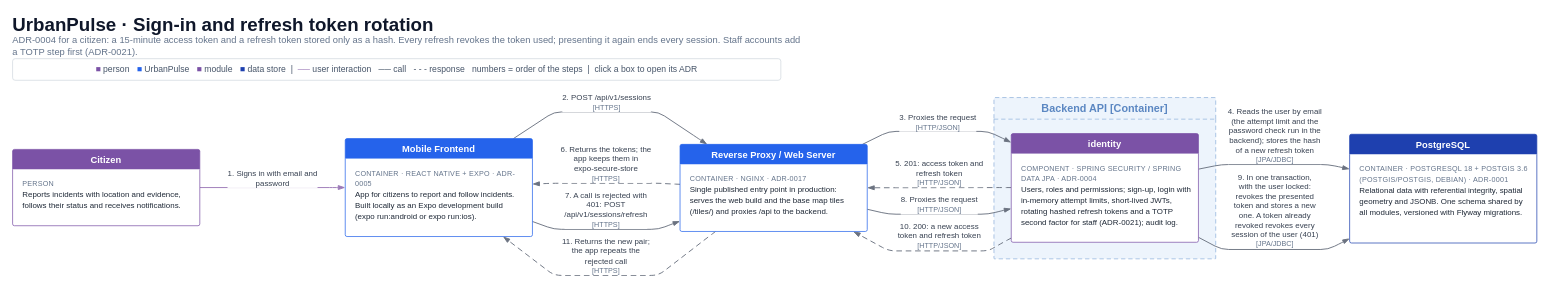
Earlier version of the draw.io diagram page "9 · Sign-in and refresh token rotation" (9 of 10) of docs/architecture/UrbanPulse-C4.drawio (Dalibex/urban-incidence-manager). Source tidied: cells renumbered, new cells numbered last; positions are measured from the earlier drawing's top-left corner, leaving out a move shared by most shapes. Both pictures are drawn from the tidied source at 72%, with x=0, y=0 at pixel (12, 12).
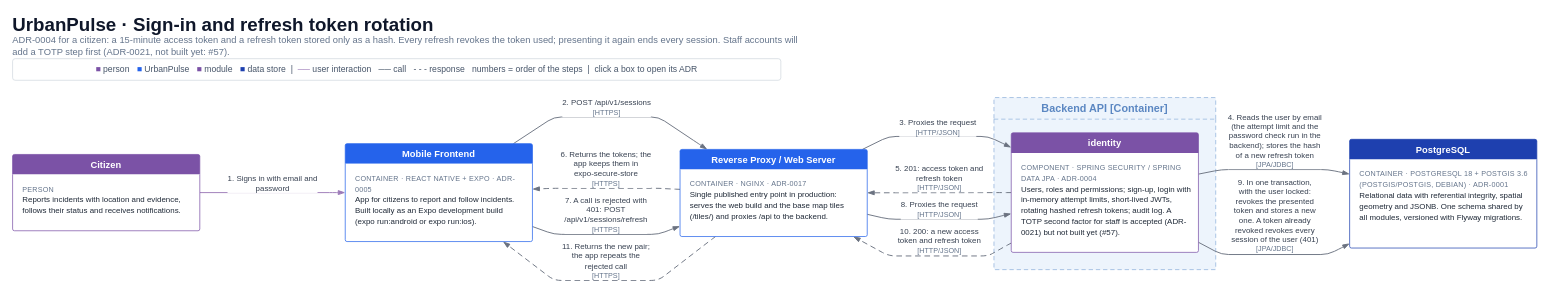
After the change.

Commit message (it also covers changes not shown here):
docs: present the staff second factor as accepted but not built yet

Change to the diagram source:
```diff
@@
-    <mxCell id="3" value="ADR-0004 for a citizen: a 15-minute access token and a refresh token stored only as a hash. Every refresh revokes the token used; presenting it again ends every session. Staff accounts add a TOTP step first (ADR-0021)." style="text;html=1;whiteSpace=wrap;align=left;verticalAlign=middle;fontFamily=Helvetica;fontSize=13;fontColor=#64748B;spacing=0;" parent="1" vertex="1">
+    <mxCell id="3" value="ADR-0004 for a citizen: a 15-minute access token and a refresh token stored only as a hash. Every refresh revokes the token used; presenting it again ends every session. Staff accounts will add a TOTP step first (ADR-0021, not built yet: #57)." style="text;html=1;whiteSpace=wrap;align=left;verticalAlign=middle;fontFamily=Helvetica;fontSize=13;fontColor=#64748B;spacing=0;" parent="1" vertex="1">
       <mxGeometry y="36" width="1100" height="20" as="geometry" />
     </mxCell>
@@
     <mxCell id="5" value="Backend API  [Container]" style="swimlane;html=1;whiteSpace=wrap;rounded=1;arcSize=1;dashed=1;dashPattern=6 4;startSize=30;fillColor=#EDF4FC;swimlaneFillColor=#EDF4FC;strokeColor=#8DB0DB;fontColor=#5B87C2;fontFamily=Helvetica;fontSize=15;fontStyle=1;" parent="1" vertex="1">
-      <mxGeometry x="1363" y="118" width="308" height="224" as="geometry" />
+      <mxGeometry x="1363" y="118" width="308" height="239" as="geometry" />
     </mxCell>
     <mxCell id="6" value="1. Signs in with email and&lt;br&gt;password" style="edgeStyle=none;rounded=1;arcSize=20;html=1;strokeColor=#9C7AB8;strokeWidth=1.3;endArrow=blockThin;endFill=1;endSize=7;fontFamily=Helvetica;fontSize=11;fontColor=#374151;labelBackgroundColor=#FFFFFF;spacing=2;" parent="1" edge="1" source="17" target="19">
       <mxGeometry relative="1" as="geometry">
         <Array as="points">
-          <mxPoint x="450" y="243" />
+          <mxPoint x="450" y="250" />
         </Array>
         <mxPoint y="-13" as="offset" />
       </mxGeometry>
     </mxCell>
     <mxCell id="7" value="2. POST /api/v1/sessions&lt;br&gt;&lt;font style=&quot;font-size:10px&quot; color=&quot;#64748B&quot;&gt;[HTTPS]&lt;/font&gt;" style="edgeStyle=none;rounded=1;arcSize=20;html=1;strokeColor=#6b7280;strokeWidth=1.3;endArrow=blockThin;endFill=1;endSize=7;fontFamily=Helvetica;fontSize=11;fontColor=#374151;labelBackgroundColor=#FFFFFF;spacing=2;" parent="1" edge="1" source="19" target="25">
       <mxGeometry relative="1" as="geometry">
         <Array as="points">
-          <mxPoint x="752" y="138" />
-          <mxPoint x="897" y="138" />
-          <mxPoint x="954" y="176" />
+          <mxPoint x="752" y="145" />
+          <mxPoint x="897" y="145" />
+          <mxPoint x="954" y="183" />
         </Array>
         <mxPoint x="-7" y="-13" as="offset" />
       </mxGeometry>
     </mxCell>
     <mxCell id="8" value="3. Proxies the request&lt;br&gt;&lt;font style=&quot;font-size:10px&quot; color=&quot;#64748B&quot;&gt;[HTTP/JSON]&lt;/font&gt;" style="edgeStyle=none;rounded=1;arcSize=20;html=1;strokeColor=#6b7280;strokeWidth=1.3;endArrow=blockThin;endFill=1;endSize=7;fontFamily=Helvetica;fontSize=11;fontColor=#374151;labelBackgroundColor=#FFFFFF;spacing=2;" parent="1" edge="1" source="25" target="21">
       <mxGeometry relative="1" as="geometry">
         <Array as="points">
-          <mxPoint x="1217" y="165" />
-          <mxPoint x="1355" y="165" />
-          <mxPoint x="1376" y="175" />
+          <mxPoint x="1217" y="172" />
+          <mxPoint x="1355" y="172" />
+          <mxPoint x="1376" y="182" />
         </Array>
         <mxPoint x="2" y="-13" as="offset" />
       </mxGeometry>
     </mxCell>
     <mxCell id="9" value="4. Reads the user by email&lt;br&gt;(the attempt limit and the&lt;br&gt;password check run in the&lt;br&gt;backend); stores the hash&lt;br&gt;of a new refresh token&lt;br&gt;&lt;font style=&quot;font-size:10px&quot; color=&quot;#64748B&quot;&gt;[JPA/JDBC]&lt;/font&gt;" style="edgeStyle=none;rounded=1;arcSize=20;html=1;strokeColor=#6b7280;strokeWidth=1.3;endArrow=blockThin;endFill=1;endSize=7;fontFamily=Helvetica;fontSize=11;fontColor=#374151;labelBackgroundColor=#FFFFFF;spacing=2;" parent="1" edge="1" source="21" target="23">
       <mxGeometry relative="1" as="geometry">
         <Array as="points">
-          <mxPoint x="1679" y="211" />
-          <mxPoint x="1827" y="211" />
-          <mxPoint x="1846" y="215" />
+          <mxPoint x="1679" y="218" />
+          <mxPoint x="1827" y="218" />
+          <mxPoint x="1846" y="222" />
         </Array>
         <mxPoint x="1" y="-40" as="offset" />
       </mxGeometry>
     </mxCell>
     <mxCell id="10" value="5. 201: access token and&lt;br&gt;refresh token&lt;br&gt;&lt;font style=&quot;font-size:10px&quot; color=&quot;#64748B&quot;&gt;[HTTP/JSON]&lt;/font&gt;" style="edgeStyle=none;rounded=1;arcSize=20;html=1;strokeColor=#6b7280;strokeWidth=1.3;endArrow=blockThin;endFill=1;endSize=7;dashed=1;dashPattern=6 4;fontFamily=Helvetica;fontSize=11;fontColor=#374151;labelBackgroundColor=#FFFFFF;spacing=2;" parent="1" edge="1" source="21" target="25">
       <mxGeometry relative="1" as="geometry">
         <Array as="points">
-          <mxPoint x="1375" y="243" />
+          <mxPoint x="1375" y="250" />
         </Array>
         <mxPoint y="-20" as="offset" />
       </mxGeometry>
     </mxCell>
     <mxCell id="11" value="6. Returns the tokens; the&lt;br&gt;app keeps them in&lt;br&gt;expo-secure-store&lt;br&gt;&lt;font style=&quot;font-size:10px&quot; color=&quot;#64748B&quot;&gt;[HTTPS]&lt;/font&gt;" style="edgeStyle=none;rounded=1;arcSize=20;html=1;strokeColor=#6b7280;strokeWidth=1.3;endArrow=blockThin;endFill=1;endSize=7;dashed=1;dashPattern=6 4;fontFamily=Helvetica;fontSize=11;fontColor=#374151;labelBackgroundColor=#FFFFFF;spacing=2;" parent="1" edge="1" source="25" target="19">
       <mxGeometry relative="1" as="geometry">
         <Array as="points">
-          <mxPoint x="915" y="238" />
-          <mxPoint x="897" y="237" />
-          <mxPoint x="752" y="237" />
+          <mxPoint x="915" y="245" />
+          <mxPoint x="897" y="244" />
+          <mxPoint x="752" y="244" />
         </Array>
         <mxPoint y="-27" as="offset" />
       </mxGeometry>
     </mxCell>
     <mxCell id="12" value="7. A call is rejected with&lt;br&gt;401: POST&lt;br&gt;/api/v1/sessions/refresh&lt;br&gt;&lt;font style=&quot;font-size:10px&quot; color=&quot;#64748B&quot;&gt;[HTTPS]&lt;/font&gt;" style="edgeStyle=none;rounded=1;arcSize=20;html=1;strokeColor=#6b7280;strokeWidth=1.3;endArrow=blockThin;endFill=1;endSize=7;fontFamily=Helvetica;fontSize=11;fontColor=#374151;labelBackgroundColor=#FFFFFF;spacing=2;" parent="1" edge="1" source="19" target="25">
       <mxGeometry relative="1" as="geometry">
         <Array as="points">
-          <mxPoint x="752" y="301" />
-          <mxPoint x="897" y="301" />
-          <mxPoint x="915" y="294" />
+          <mxPoint x="752" y="308" />
+          <mxPoint x="897" y="308" />
+          <mxPoint x="915" y="301" />
         </Array>
         <mxPoint y="-27" as="offset" />
       </mxGeometry>
     </mxCell>
     <mxCell id="13" value="8. Proxies the request&lt;br&gt;&lt;font style=&quot;font-size:10px&quot; color=&quot;#64748B&quot;&gt;[HTTP/JSON]&lt;/font&gt;" style="edgeStyle=none;rounded=1;arcSize=20;html=1;strokeColor=#6b7280;strokeWidth=1.3;endArrow=blockThin;endFill=1;endSize=7;fontFamily=Helvetica;fontSize=11;fontColor=#374151;labelBackgroundColor=#FFFFFF;spacing=2;" parent="1" edge="1" source="25" target="21">
       <mxGeometry relative="1" as="geometry">
         <Array as="points">
-          <mxPoint x="1217" y="280" />
-          <mxPoint x="1355" y="280" />
-          <mxPoint x="1375" y="275" />
+          <mxPoint x="1217" y="287" />
+          <mxPoint x="1355" y="287" />
+          <mxPoint x="1375" y="282" />
         </Array>
         <mxPoint y="-13" as="offset" />
       </mxGeometry>
     </mxCell>
     <mxCell id="14" value="9. In one transaction,&lt;br&gt;with the user locked:&lt;br&gt;revokes the presented&lt;br&gt;token and stores a new&lt;br&gt;one. A token already&lt;br&gt;revoked revokes every&lt;br&gt;session of the user (401)&lt;br&gt;&lt;font style=&quot;font-size:10px&quot; color=&quot;#64748B&quot;&gt;[JPA/JDBC]&lt;/font&gt;" style="edgeStyle=none;rounded=1;arcSize=20;html=1;strokeColor=#6b7280;strokeWidth=1.3;endArrow=blockThin;endFill=1;endSize=7;fontFamily=Helvetica;fontSize=11;fontColor=#374151;labelBackgroundColor=#FFFFFF;spacing=2;" parent="1" edge="1" source="21" target="23">
       <mxGeometry relative="1" as="geometry">
         <Array as="points">
-          <mxPoint x="1679" y="329" />
-          <mxPoint x="1827" y="329" />
-          <mxPoint x="1847" y="319" />
+          <mxPoint x="1679" y="336" />
+          <mxPoint x="1827" y="336" />
+          <mxPoint x="1847" y="326" />
         </Array>
         <mxPoint x="1" y="-54" as="offset" />
       </mxGeometry>
     </mxCell>
     <mxCell id="15" value="10. 200: a new access&lt;br&gt;token and refresh token&lt;br&gt;&lt;font style=&quot;font-size:10px&quot; color=&quot;#64748B&quot;&gt;[HTTP/JSON]&lt;/font&gt;" style="edgeStyle=none;rounded=1;arcSize=20;html=1;strokeColor=#6b7280;strokeWidth=1.3;endArrow=blockThin;endFill=1;endSize=7;dashed=1;dashPattern=6 4;fontFamily=Helvetica;fontSize=11;fontColor=#374151;labelBackgroundColor=#FFFFFF;spacing=2;" parent="1" edge="1" source="21" target="25">
       <mxGeometry relative="1" as="geometry">
         <Array as="points">
-          <mxPoint x="1376" y="319" />
-          <mxPoint x="1355" y="331" />
-          <mxPoint x="1217" y="331" />
+          <mxPoint x="1376" y="326" />
+          <mxPoint x="1355" y="338" />
+          <mxPoint x="1217" y="338" />
         </Array>
         <mxPoint x="10" y="-21" as="offset" />
       </mxGeometry>
     </mxCell>
     <mxCell id="16" value="11. Returns the new pair;&lt;br&gt;the app repeats the&lt;br&gt;rejected call&lt;br&gt;&lt;font style=&quot;font-size:10px&quot; color=&quot;#64748B&quot;&gt;[HTTPS]&lt;/font&gt;" style="edgeStyle=none;rounded=1;arcSize=20;html=1;strokeColor=#6b7280;strokeWidth=1.3;endArrow=blockThin;endFill=1;endSize=7;dashed=1;dashPattern=6 4;fontFamily=Helvetica;fontSize=11;fontColor=#374151;labelBackgroundColor=#FFFFFF;spacing=2;" parent="1" edge="1" source="25" target="19">
       <mxGeometry relative="1" as="geometry">
         <Array as="points">
-          <mxPoint x="967" y="311" />
-          <mxPoint x="897" y="365" />
-          <mxPoint x="752" y="365" />
+          <mxPoint x="967" y="318" />
+          <mxPoint x="897" y="372" />
+          <mxPoint x="752" y="372" />
         </Array>
         <mxPoint x="-6" y="-27" as="offset" />
       </mxGeometry>
     </mxCell>
     <mxCell id="17" value="Citizen" style="swimlane;html=1;whiteSpace=wrap;rounded=1;arcSize=3;startSize=28;fillColor=#7b52a6;swimlaneFillColor=#FFFFFF;strokeColor=#7b52a6;fontColor=#ffffff;fontFamily=Helvetica;fontSize=13;fontStyle=1;swimlaneLine=0;" parent="1" vertex="1">
-      <mxGeometry y="190" width="260" height="106" as="geometry" />
+      <mxGeometry y="197" width="260" height="106" as="geometry" />
     </mxCell>
@@
     <mxCell id="19" value="Mobile Frontend" style="swimlane;html=1;whiteSpace=wrap;rounded=1;arcSize=3;startSize=28;fillColor=#2563eb;swimlaneFillColor=#FFFFFF;strokeColor=#2563eb;fontColor=#ffffff;fontFamily=Helvetica;fontSize=13;fontStyle=1;swimlaneLine=0;" parent="1" vertex="1">
-      <mxGeometry x="462" y="175" width="260" height="136" as="geometry" />
+      <mxGeometry x="462" y="182" width="260" height="136" as="geometry" />
     </mxCell>
@@
     <mxCell id="21" value="identity" style="swimlane;html=1;whiteSpace=wrap;rounded=1;arcSize=3;startSize=28;fillColor=#7b52a6;swimlaneFillColor=#FFFFFF;strokeColor=#7b52a6;fontColor=#ffffff;fontFamily=Helvetica;fontSize=13;fontStyle=1;swimlaneLine=0;" parent="1" vertex="1">
-      <mxGeometry x="1387" y="168" width="260" height="151" as="geometry" />
+      <mxGeometry x="1387" y="167" width="260" height="166" as="geometry" />
     </mxCell>
-    <mxCell id="22" value="&lt;div style=&quot;color:#64748B;font-size:10px;line-height:15px;letter-spacing:0.3px;&quot;&gt;COMPONENT · SPRING SECURITY / SPRING DATA JPA · ADR-0004&lt;/div&gt;&lt;div style=&quot;line-height:15px;&quot;&gt;Users, roles and permissions; sign-up, login with in-memory attempt limits, short-lived JWTs, rotating hashed refresh tokens and a TOTP second factor for staff (ADR-0021); audit log.&lt;/div&gt;" style="text;html=1;whiteSpace=wrap;align=left;verticalAlign=top;fontFamily=Helvetica;fontSize=11;fontColor=#1F2937;spacingLeft=12;spacingRight=10;spacingTop=6;" parent="21" vertex="1">
-      <mxGeometry y="28" width="260" height="123" as="geometry" />
+    <mxCell id="22" value="&lt;div style=&quot;color:#64748B;font-size:10px;line-height:15px;letter-spacing:0.3px;&quot;&gt;COMPONENT · SPRING SECURITY / SPRING DATA JPA · ADR-0004&lt;/div&gt;&lt;div style=&quot;line-height:15px;&quot;&gt;Users, roles and permissions; sign-up, login with in-memory attempt limits, short-lived JWTs, rotating hashed refresh tokens; audit log. A TOTP second factor for staff is accepted (ADR-0021) but not built yet (#57).&lt;/div&gt;" style="text;html=1;whiteSpace=wrap;align=left;verticalAlign=top;fontFamily=Helvetica;fontSize=11;fontColor=#1F2937;spacingLeft=12;spacingRight=10;spacingTop=6;" parent="21" vertex="1">
+      <mxGeometry y="28" width="260" height="138" as="geometry" />
     </mxCell>
     <mxCell id="23" value="PostgreSQL" style="swimlane;html=1;whiteSpace=wrap;rounded=1;arcSize=3;startSize=28;fillColor=#1e40af;swimlaneFillColor=#FFFFFF;strokeColor=#1e40af;fontColor=#ffffff;fontFamily=Helvetica;fontSize=13;fontStyle=1;swimlaneLine=0;" parent="1" vertex="1">
-      <mxGeometry x="1857" y="169" width="260" height="151" as="geometry" />
+      <mxGeometry x="1857" y="176" width="260" height="151" as="geometry" />
     </mxCell>
@@
     <mxCell id="25" value="Reverse Proxy / Web Server" style="swimlane;html=1;whiteSpace=wrap;rounded=1;arcSize=3;startSize=28;fillColor=#2563eb;swimlaneFillColor=#FFFFFF;strokeColor=#2563eb;fontColor=#ffffff;fontFamily=Helvetica;fontSize=13;fontStyle=1;swimlaneLine=0;" parent="1" vertex="1">
-      <mxGeometry x="927" y="183" width="260" height="121" as="geometry" />
+      <mxGeometry x="927" y="190" width="260" height="121" as="geometry" />
     </mxCell>
```
